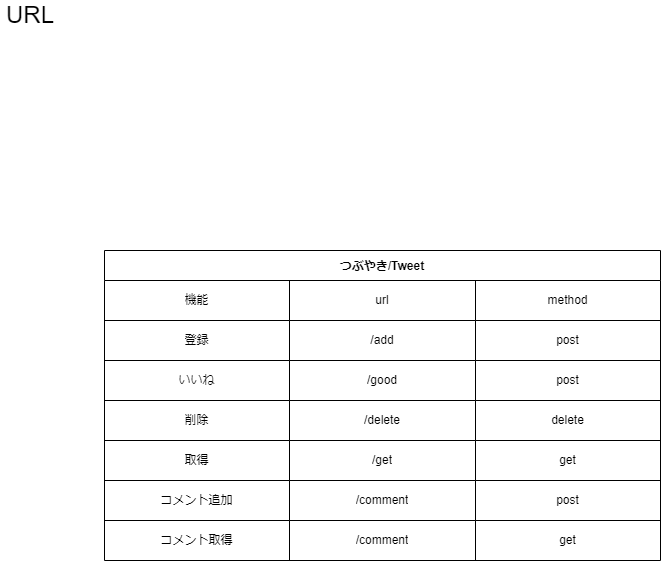
This is 設計/URL.drawio.png from junnichi-tajima/SNS_test, a draw.io export, as it was before one commit. Source tidied: cells renumbered, new cells last; positions are measured from the earlier drawing's top-left corner, leaving out a move shared by most shapes.
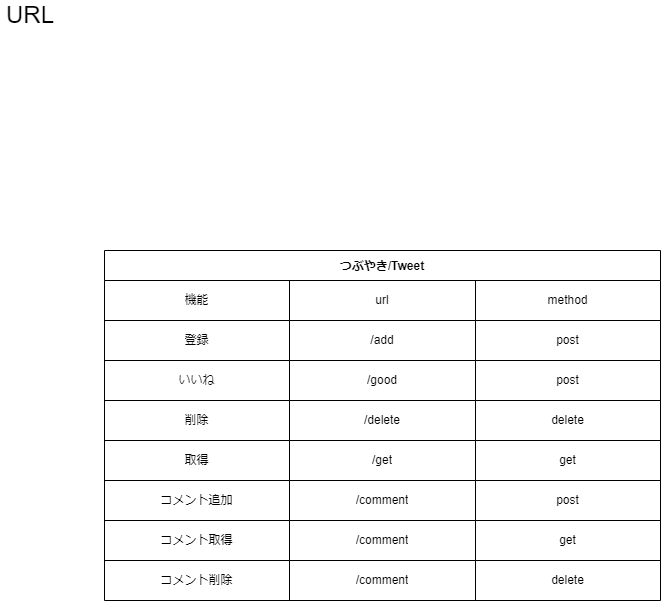
After the change.

Diff of the diagram source:
```diff
@@ -3,7 +3,7 @@
     <mxCell id="0" />
     <mxCell id="1" parent="0" />
     <mxCell id="2" value="つぶやき/Tweet" style="shape=table;startSize=30;fontStyle=1;align=center;" parent="1" vertex="1">
-      <mxGeometry x="104" y="250" width="556" height="310" as="geometry" />
+      <mxGeometry x="104" y="250" width="556" height="350" as="geometry" />
     </mxCell>
     <mxCell id="3" style="shape=partialRectangle;html=1;whiteSpace=wrap;fillColor=none;top=0;left=0;bottom=0;right=0;" parent="2" vertex="1">
       <mxGeometry y="30" width="556" height="40" as="geometry" />
@@ -89,6 +89,18 @@
     <mxCell id="30" value="get" style="shape=partialRectangle;html=1;whiteSpace=wrap;fillColor=none;top=0;left=0;bottom=0;right=0;overflow=hidden;" parent="27" vertex="1">
       <mxGeometry x="371" width="185" height="40" as="geometry" />
     </mxCell>
+    <mxCell id="32" style="shape=partialRectangle;html=1;whiteSpace=wrap;fillColor=none;top=0;left=0;bottom=0;right=0;" parent="2" vertex="1">
+      <mxGeometry y="310" width="556" height="40" as="geometry" />
+    </mxCell>
+    <mxCell id="33" value="コメント削除" style="shape=partialRectangle;html=1;whiteSpace=wrap;fillColor=none;top=0;left=0;bottom=0;right=0;overflow=hidden;" parent="32" vertex="1">
+      <mxGeometry width="185" height="40" as="geometry" />
+    </mxCell>
+    <mxCell id="34" value="/comment" style="shape=partialRectangle;html=1;whiteSpace=wrap;fillColor=none;top=0;left=0;bottom=0;right=0;overflow=hidden;" parent="32" vertex="1">
+      <mxGeometry x="185" width="186" height="40" as="geometry" />
+    </mxCell>
+    <mxCell id="35" value="delete" style="shape=partialRectangle;html=1;whiteSpace=wrap;fillColor=none;top=0;left=0;bottom=0;right=0;overflow=hidden;" parent="32" vertex="1">
+      <mxGeometry x="371" width="185" height="40" as="geometry" />
+    </mxCell>
     <mxCell id="31" value="URL" style="text;html=1;strokeColor=none;fillColor=none;align=center;verticalAlign=middle;whiteSpace=wrap;rounded=0;fontSize=24;" parent="1" vertex="1">
       <mxGeometry width="60" height="30" as="geometry" />
     </mxCell>
```
